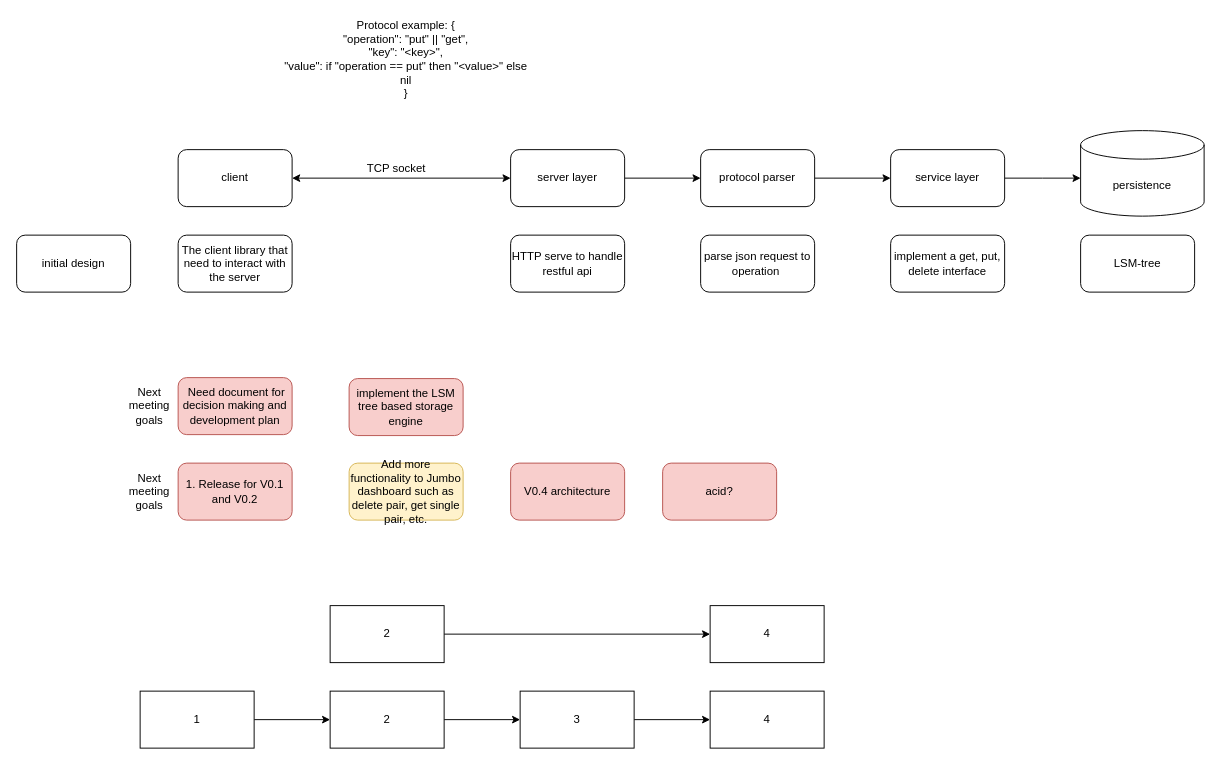
The draw.io diagram design/V0.3.drawio in Shihao-Zhong/JumboDB, before the edit. Source tidied: cells renumbered, new cells numbered last; positions are measured from the earlier drawing's top-left corner, leaving out a move shared by most shapes. Both pictures are drawn from the tidied source at 95%, with x=0, y=0 at pixel (16, 16).
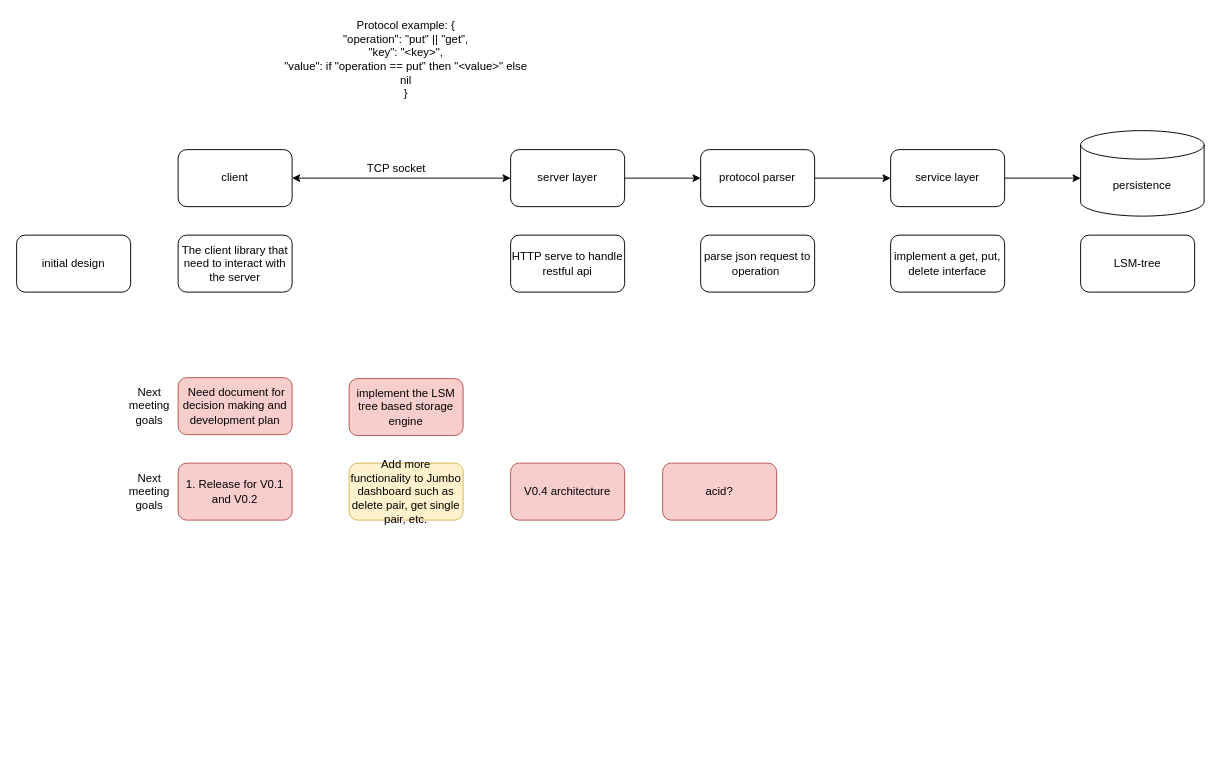
Above is the later version.

Change to the diagram source:
```diff
@@
-    <mxCell id="27" style="edgeStyle=orthogonalEdgeStyle;rounded=0;jettySize=auto;html=1;" parent="1" edge="1" source="28" target="30">
-      <mxGeometry relative="1" as="geometry" />
-    </mxCell>
-    <mxCell id="28" value="1" style="rounded=0;whiteSpace=wrap;html=1;" parent="1" vertex="1">
-      <mxGeometry x="130" y="710" width="120" height="60" as="geometry" />
-    </mxCell>
-    <mxCell id="29" style="edgeStyle=orthogonalEdgeStyle;rounded=0;jettySize=auto;html=1;" parent="1" edge="1" source="30" target="32">
-      <mxGeometry relative="1" as="geometry" />
-    </mxCell>
-    <mxCell id="30" value="2" style="rounded=0;whiteSpace=wrap;html=1;" parent="1" vertex="1">
-      <mxGeometry x="330" y="710" width="120" height="60" as="geometry" />
-    </mxCell>
-    <mxCell id="31" style="edgeStyle=orthogonalEdgeStyle;rounded=0;jettySize=auto;html=1;" parent="1" edge="1" source="32" target="33">
-      <mxGeometry relative="1" as="geometry" />
-    </mxCell>
-    <mxCell id="32" value="3" style="whiteSpace=wrap;html=1;rounded=0;" parent="1" vertex="1">
-      <mxGeometry x="530" y="710" width="120" height="60" as="geometry" />
-    </mxCell>
-    <mxCell id="33" value="4" style="whiteSpace=wrap;html=1;rounded=0;" parent="1" vertex="1">
-      <mxGeometry x="730" y="710" width="120" height="60" as="geometry" />
-    </mxCell>
-    <mxCell id="34" style="edgeStyle=orthogonalEdgeStyle;rounded=0;jettySize=auto;html=1;" parent="1" edge="1" source="35" target="36">
-      <mxGeometry relative="1" as="geometry" />
-    </mxCell>
-    <mxCell id="35" value="2" style="rounded=0;whiteSpace=wrap;html=1;" parent="1" vertex="1">
-      <mxGeometry x="330" y="620" width="120" height="60" as="geometry" />
-    </mxCell>
-    <mxCell id="36" value="4" style="rounded=0;whiteSpace=wrap;html=1;" parent="1" vertex="1">
-      <mxGeometry x="730" y="620" width="120" height="60" as="geometry" />
-    </mxCell>
```
